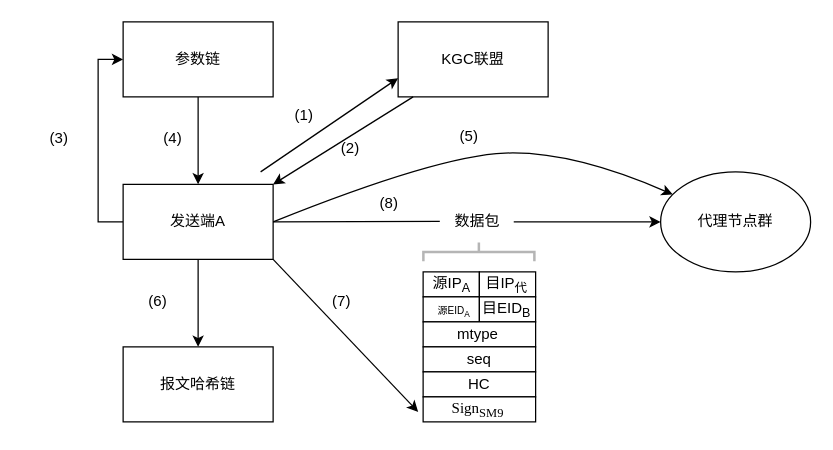
The draw.io diagram page "Page-1" (1 of 2) of Untitled Diagram.drawio in asdlijinquan/-, before the edit. Source tidied: cells renumbered, new cells numbered last; positions are measured from the earlier drawing's top-left corner, leaving out a move shared by most shapes. Both pictures are drawn from the tidied source at 125%, with x=0, y=0 at pixel (21, 21).
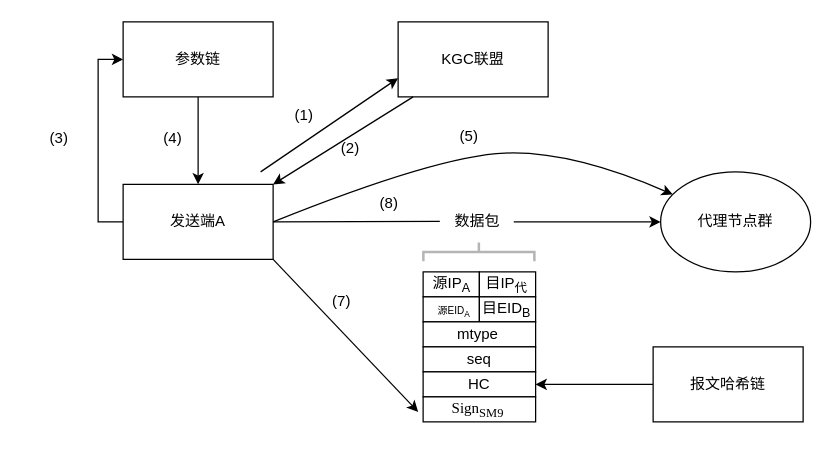
Above is the later version.

Unchanged cells that the change refers to:
```xml
<mxCell id="6" value="发送端A" style="rounded=0;whiteSpace=wrap;html=1;" parent="1" vertex="1">
  <mxGeometry x="81" y="130" width="120" height="60" as="geometry" />
</mxCell>
<mxCell id="22" style="verticalLabelPosition=bottom;verticalAlign=top;html=1;shape=mxgraph.basic.rect;fillColor2=none;strokeWidth=1;size=20;indent=5;" parent="1" vertex="1">
  <mxGeometry x="321" y="280" width="90" height="20" as="geometry" />
</mxCell>
```

Change to the diagram source:
```diff
@@
-    <mxCell id="4" style="edgeStyle=orthogonalEdgeStyle;rounded=0;jettySize=auto;html=1;entryX=0.5;entryY=0;entryDx=0;entryDy=0;" parent="1" edge="1" source="6" target="7">
-      <mxGeometry relative="1" as="geometry" />
-    </mxCell>
@@
+    <mxCell id="42" style="edgeStyle=orthogonalEdgeStyle;rounded=0;jettySize=auto;html=1;" parent="1" edge="1" source="7" target="22">
+      <mxGeometry relative="1" as="geometry" />
+    </mxCell>
     <mxCell id="7" value="报文哈希链" style="rounded=0;whiteSpace=wrap;html=1;" parent="1" vertex="1">
-      <mxGeometry x="81" y="260" width="120" height="60" as="geometry" />
+      <mxGeometry x="505" y="260" width="120" height="60" as="geometry" />
     </mxCell>
@@
-    <mxCell id="35" value="(6)" style="text;html=1;strokeColor=none;fillColor=none;align=center;verticalAlign=middle;whiteSpace=wrap;rounded=0;" parent="1" vertex="1">
-      <mxGeometry x="79" y="209" width="60" height="30" as="geometry" />
-    </mxCell>
```
